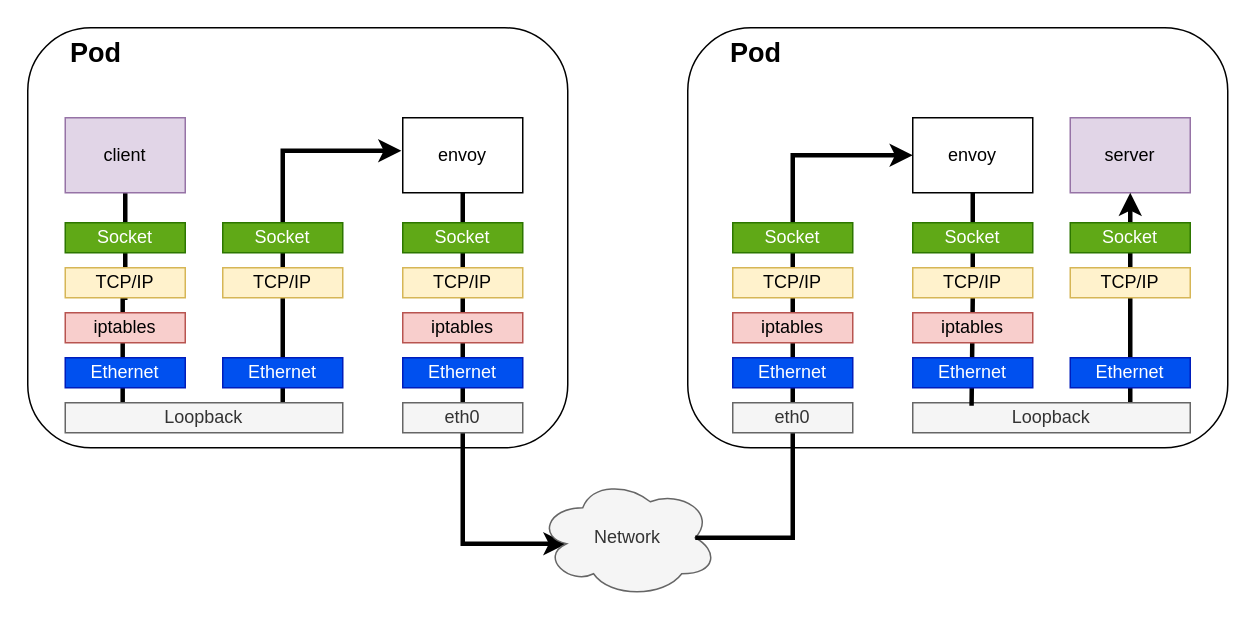
This is datapath between sidecar and service(before).drawio from xu1zhou/Documents, a draw.io file, before an edit. Source tidied: cells renumbered, new cells numbered last; positions are measured from the earlier drawing's top-left corner, leaving out a move shared by most shapes. Both pictures are drawn from the tidied source at 150%, with x=0, y=0 at pixel (27, 27).
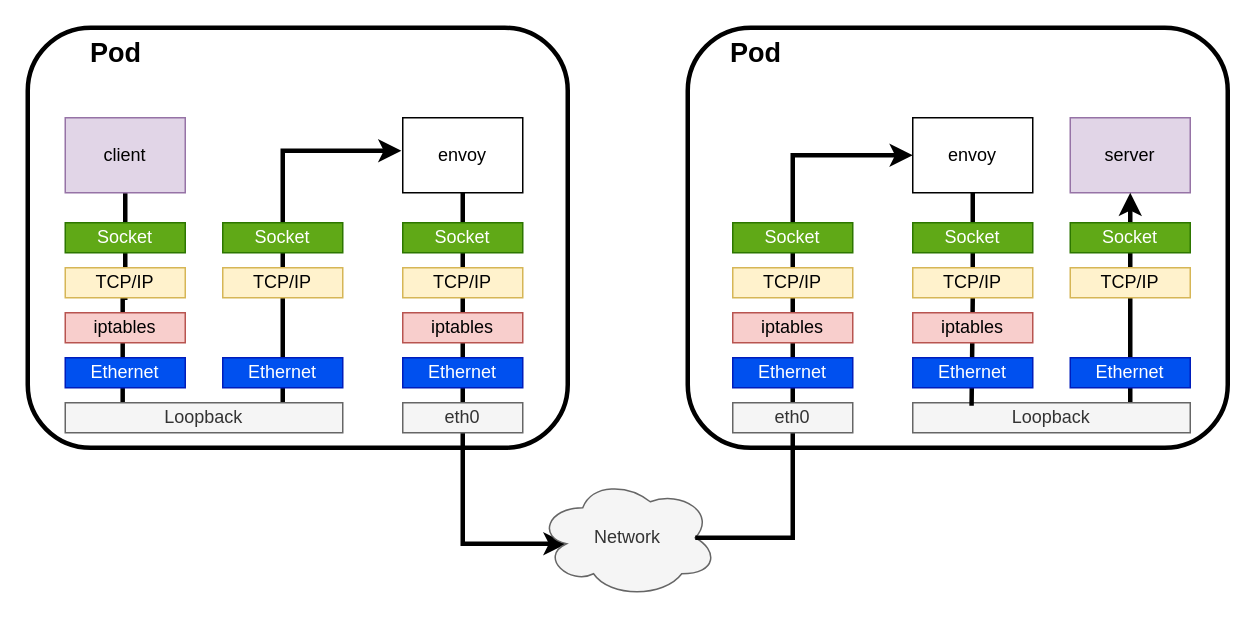
After the change.

Change to the diagram source:
```diff
@@
-    <mxCell id="2" value="&amp;nbsp; &amp;nbsp; &amp;nbsp; &amp;nbsp; &lt;b&gt;&lt;font style=&quot;font-size: 18px&quot;&gt;Pod&lt;/font&gt;&lt;/b&gt;" style="rounded=1;whiteSpace=wrap;html=1;align=left;verticalAlign=top;" parent="1" vertex="1">
+    <mxCell id="2" value="&lt;font style=&quot;font-size: 18px&quot;&gt;&lt;b&gt;&amp;nbsp; &amp;nbsp; &amp;nbsp; &amp;nbsp; &lt;font style=&quot;font-size: 18px&quot;&gt;Pod&lt;/font&gt;&lt;/b&gt;&lt;/font&gt;" style="rounded=1;whiteSpace=wrap;html=1;align=left;verticalAlign=top;fontSize=13;strokeWidth=3;" parent="1" vertex="1">
       <mxGeometry width="360" height="280" as="geometry" />
     </mxCell>
@@
-    <mxCell id="21" value="&lt;span&gt;&amp;nbsp; &amp;nbsp; &amp;nbsp; &amp;nbsp;&amp;nbsp;&lt;/span&gt;&lt;b&gt;&lt;font style=&quot;font-size: 18px&quot;&gt;Pod&lt;/font&gt;&lt;/b&gt;" style="rounded=1;whiteSpace=wrap;html=1;align=left;verticalAlign=top;" parent="1" vertex="1">
+    <mxCell id="21" value="&lt;span&gt;&amp;nbsp; &amp;nbsp; &amp;nbsp; &amp;nbsp;&amp;nbsp;&lt;/span&gt;&lt;b&gt;&lt;font style=&quot;font-size: 18px&quot;&gt;Pod&lt;/font&gt;&lt;/b&gt;" style="rounded=1;whiteSpace=wrap;html=1;align=left;verticalAlign=top;strokeWidth=3;" parent="1" vertex="1">
       <mxGeometry x="440" width="360" height="280" as="geometry" />
     </mxCell>
```
